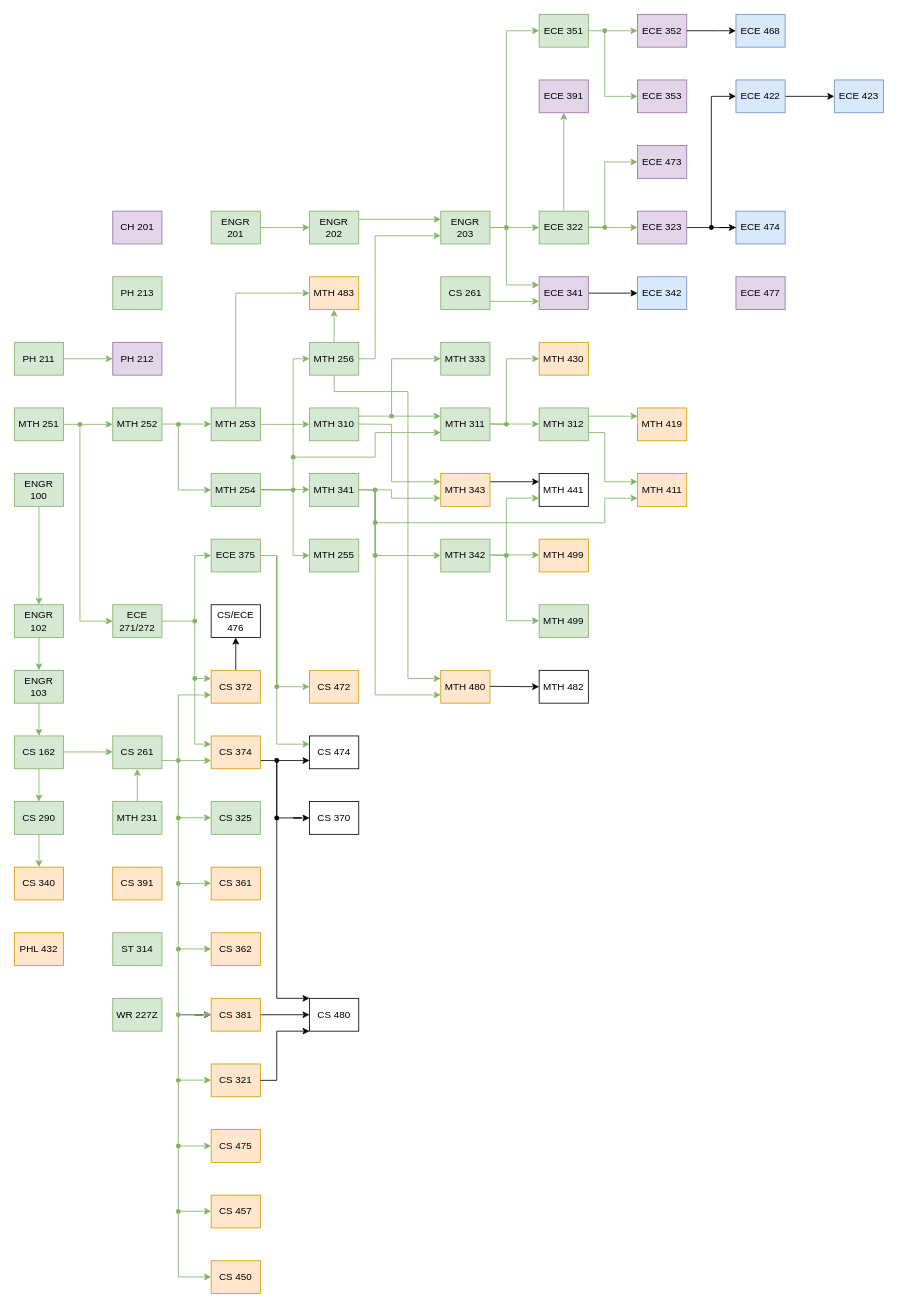
This is Classes.drawio from Jonas-Carew/Class-Flowchart, a draw.io file, before an edit. Source tidied: cells renumbered, new cells numbered last; positions are measured from the earlier drawing's top-left corner, leaving out a move shared by most shapes. Both pictures are drawn from the tidied source at 82%, with x=0, y=0 at pixel (14, 14).
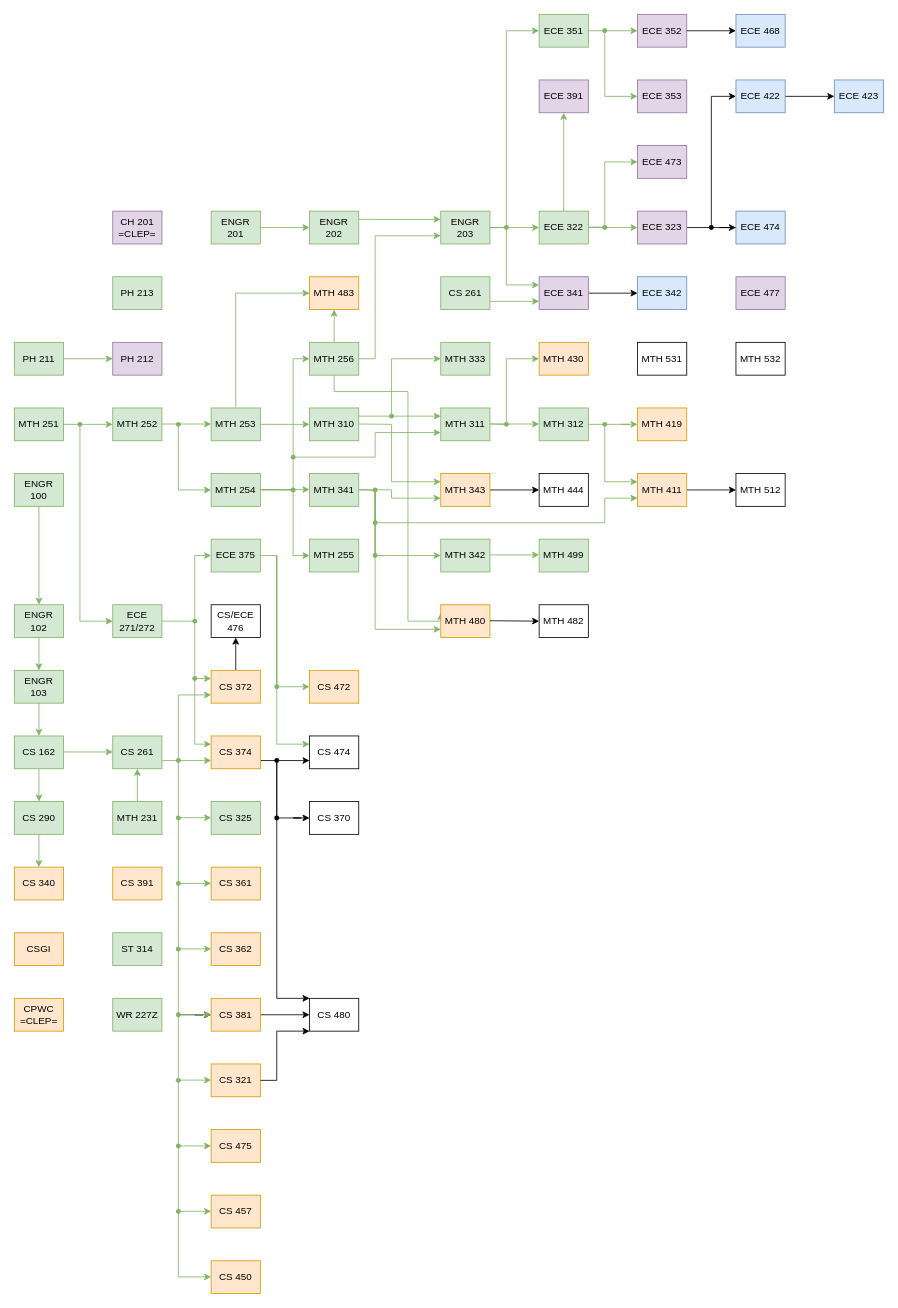
The same page after the edit.

Commit message:
Expanded Math Curriculum

The change refers to these unchanged cells:
```xml
<mxCell id="17" value="&lt;div&gt;MTH 312&lt;/div&gt;" style="rounded=0;whiteSpace=wrap;html=1;fillColor=#D5E8D4;strokeColor=#82B366;" parent="1" vertex="1">
  <mxGeometry x="640" y="480" width="60" height="40" as="geometry" />
</mxCell>
<mxCell id="73" value="&lt;div&gt;MTH 411&lt;br&gt;&lt;/div&gt;" style="rounded=0;whiteSpace=wrap;html=1;fillColor=#FFE6CC;strokeColor=#D79B00;" parent="1" vertex="1">
  <mxGeometry x="760" y="560" width="60" height="40" as="geometry" />
</mxCell>
<mxCell id="77" value="MTH 256" style="rounded=0;whiteSpace=wrap;html=1;fillColor=#d5e8d4;strokeColor=#82b366;" parent="1" vertex="1">
  <mxGeometry x="360" y="400" width="60" height="40" as="geometry" />
</mxCell>
<mxCell id="134" style="shape=waypoint;sketch=0;fillStyle=solid;size=6;points=[];fillColor=#d5e8d4;perimeter=centerPerimeter;snapToPoint=1;strokeColor=#82b366;" parent="1" vertex="1">
  <mxGeometry x="430" y="610" width="20" height="20" as="geometry" />
</mxCell>
<mxCell id="167" value="&lt;div&gt;MTH 343&lt;/div&gt;" style="rounded=0;whiteSpace=wrap;html=1;fillColor=#ffe6cc;strokeColor=#d79b00;" parent="1" vertex="1">
  <mxGeometry x="520" y="560" width="60" height="40" as="geometry" />
</mxCell>
<mxCell id="178" value="&lt;div&gt;MTH 419&lt;/div&gt;" style="rounded=0;whiteSpace=wrap;html=1;fillColor=#ffe6cc;strokeColor=#d79b00;" parent="1" vertex="1">
  <mxGeometry x="760" y="480" width="60" height="40" as="geometry" />
</mxCell>
```

Diff of the diagram source:
```diff
@@
-    <mxCell id="15" style="edgeStyle=orthogonalEdgeStyle;rounded=0;jettySize=auto;html=1;strokeColor=#82B366;" parent="1" edge="1" source="17" target="73">
+    <mxCell id="15" style="edgeStyle=orthogonalEdgeStyle;rounded=0;jettySize=auto;html=1;strokeColor=#82B366;exitX=1;exitY=0.5;exitDx=0;exitDy=0;" parent="1" edge="1" source="17" target="73">
       <mxGeometry relative="1" as="geometry">
         <Array as="points">
-          <mxPoint x="720" y="510" />
+          <mxPoint x="720" y="500" />
           <mxPoint x="720" y="570" />
         </Array>
       </mxGeometry>
     </mxCell>
-    <mxCell id="16" style="edgeStyle=orthogonalEdgeStyle;rounded=0;jettySize=auto;html=1;exitX=1;exitY=0.25;exitDx=0;exitDy=0;entryX=0;entryY=0.25;entryDx=0;entryDy=0;fillColor=#d5e8d4;strokeColor=#82b366;" parent="1" edge="1" source="17" target="178">
+    <mxCell id="16" style="edgeStyle=orthogonalEdgeStyle;rounded=0;jettySize=auto;html=1;entryX=0;entryY=0.5;entryDx=0;entryDy=0;fillColor=#d5e8d4;strokeColor=#82b366;" parent="1" edge="1" source="180" target="178">
       <mxGeometry relative="1" as="geometry" />
     </mxCell>
@@
+    <mxCell id="179" style="edgeStyle=orthogonalEdgeStyle;rounded=0;jettySize=auto;html=1;" parent="1" edge="1" source="73" target="181">
+      <mxGeometry relative="1" as="geometry" />
+    </mxCell>
@@
     <mxCell id="75" style="edgeStyle=orthogonalEdgeStyle;rounded=0;jettySize=auto;html=1;entryX=0;entryY=0.25;entryDx=0;entryDy=0;fillColor=#d5e8d4;strokeColor=#82b366;" parent="1" edge="1" source="77" target="83">
       <mxGeometry relative="1" as="geometry">
         <Array as="points">
           <mxPoint x="390" y="460" />
           <mxPoint x="480" y="460" />
-          <mxPoint x="480" y="810" />
+          <mxPoint x="480" y="740" />
+          <mxPoint x="520" y="740" />
         </Array>
       </mxGeometry>
     </mxCell>
@@
     <mxCell id="83" value="MTH 480" style="rounded=0;whiteSpace=wrap;html=1;fillColor=#ffe6cc;strokeColor=#d79b00;" parent="1" vertex="1">
-      <mxGeometry x="520" y="800" width="60" height="40" as="geometry" />
+      <mxGeometry x="520" y="720" width="60" height="40" as="geometry" />
     </mxCell>
     <mxCell id="84" style="endArrow=classic;html=1;rounded=0;exitDx=0;exitDy=0;entryX=0;entryY=0.75;entryDx=0;entryDy=0;fillColor=#d5e8d4;strokeColor=#82b366;" parent="1" edge="1" source="134" target="83">
       <mxGeometry relative="1" as="geometry">
         <Array as="points">
           <mxPoint x="440" y="580.5" />
-          <mxPoint x="440" y="830" />
+          <mxPoint x="440" y="750" />
         </Array>
       </mxGeometry>
     </mxCell>
@@
-    <mxCell id="92" value="CH 201" style="rounded=0;whiteSpace=wrap;html=1;fillColor=#e1d5e7;strokeColor=#9673a6;" parent="1" vertex="1">
+    <mxCell id="92" value="&lt;div&gt;CH 201&lt;/div&gt;=CLEP=" style="rounded=0;whiteSpace=wrap;html=1;fillColor=#e1d5e7;strokeColor=#9673a6;" parent="1" vertex="1">
       <mxGeometry x="120" y="240" width="60" height="40" as="geometry" />
     </mxCell>
@@
-    <mxCell id="112" value="PHL 432" style="rounded=0;whiteSpace=wrap;html=1;fillColor=#ffe6cc;strokeColor=#d79b00;" parent="1" vertex="1">
+    <mxCell id="112" value="CSGI" style="rounded=0;whiteSpace=wrap;html=1;fillColor=#ffe6cc;strokeColor=#d79b00;" parent="1" vertex="1">
       <mxGeometry y="1120" width="60" height="40" as="geometry" />
     </mxCell>
@@
-    <mxCell id="166" style="edgeStyle=orthogonalEdgeStyle;rounded=0;jettySize=auto;html=1;exitX=1;exitY=0.25;exitDx=0;exitDy=0;entryX=0;entryY=0.25;entryDx=0;entryDy=0;" parent="1" edge="1" source="167" target="173">
+    <mxCell id="166" style="edgeStyle=orthogonalEdgeStyle;rounded=0;jettySize=auto;html=1;exitX=1;exitY=0.5;exitDx=0;exitDy=0;entryX=0;entryY=0.5;entryDx=0;entryDy=0;" parent="1" edge="1" source="167" target="173">
       <mxGeometry relative="1" as="geometry" />
     </mxCell>
@@
-    <mxCell id="168" value="MTH 499" style="rounded=0;whiteSpace=wrap;html=1;fillColor=#ffe6cc;strokeColor=#D79B00;" parent="1" vertex="1">
+    <mxCell id="168" value="MTH 499" style="rounded=0;whiteSpace=wrap;html=1;fillColor=#d5e8d4;strokeColor=#82b366;" parent="1" vertex="1">
       <mxGeometry x="640" y="640" width="60" height="40" as="geometry" />
     </mxCell>
@@
     <mxCell id="170" value="&lt;div&gt;MTH 482&lt;/div&gt;" style="rounded=0;whiteSpace=wrap;html=1;" parent="1" vertex="1">
-      <mxGeometry x="640" y="800" width="60" height="40" as="geometry" />
+      <mxGeometry x="640" y="720" width="60" height="40" as="geometry" />
     </mxCell>
     <mxCell id="171" style="edgeStyle=orthogonalEdgeStyle;rounded=0;jettySize=auto;html=1;entryX=0;entryY=0.5;entryDx=0;entryDy=0;" parent="1" edge="1" target="170">
       <mxGeometry relative="1" as="geometry">
-        <mxPoint x="580" y="819.5" as="sourcePoint" />
+        <mxPoint x="580" y="739.5" as="sourcePoint" />
       </mxGeometry>
     </mxCell>
@@
-    <mxCell id="173" value="&lt;div&gt;MTH 441&lt;br&gt;&lt;/div&gt;" style="rounded=0;whiteSpace=wrap;html=1;" parent="1" vertex="1">
+    <mxCell id="173" value="&lt;div&gt;MTH 444&lt;/div&gt;" style="rounded=0;whiteSpace=wrap;html=1;" parent="1" vertex="1">
       <mxGeometry x="640" y="560" width="60" height="40" as="geometry" />
     </mxCell>
-    <mxCell id="174" style="endArrow=classic;html=1;rounded=0;exitX=1;exitY=0.5;exitDx=0;exitDy=0;fillColor=#d5e8d4;strokeColor=#82b366;entryX=0;entryY=0.75;entryDx=0;entryDy=0;" parent="1" edge="1" target="173">
-      <mxGeometry relative="1" as="geometry">
-        <mxPoint x="580" y="659.5" as="sourcePoint" />
-        <Array as="points">
-          <mxPoint x="600" y="660" />
-          <mxPoint x="600" y="590" />
-        </Array>
-      </mxGeometry>
-    </mxCell>
-    <mxCell id="175" style="shape=waypoint;sketch=0;fillStyle=solid;size=6;points=[];fillColor=#97D077;perimeter=centerPerimeter;snapToPoint=1;strokeColor=#82B366;" parent="1" vertex="1">
-      <mxGeometry x="590" y="650" width="20" height="20" as="geometry" />
-    </mxCell>
-    <mxCell id="176" value="MTH 499" style="rounded=0;whiteSpace=wrap;html=1;fillColor=#d5e8d4;strokeColor=#82b366;" parent="1" vertex="1">
-      <mxGeometry x="640" y="720" width="60" height="40" as="geometry" />
-    </mxCell>
-    <mxCell id="177" style="edgeStyle=orthogonalEdgeStyle;rounded=0;jettySize=auto;html=1;fillColor=#d5e8d4;strokeColor=#82b366;exitX=0.35;exitY=0.4;exitDx=0;exitDy=0;exitPerimeter=0;" parent="1" edge="1" source="175">
-      <mxGeometry relative="1" as="geometry">
-        <mxPoint x="640" y="739.5" as="targetPoint" />
-        <Array as="points">
-          <mxPoint x="600" y="740" />
-        </Array>
-      </mxGeometry>
-    </mxCell>
@@
+    <mxCell id="180" style="shape=waypoint;sketch=0;fillStyle=solid;size=6;points=[];fillColor=#97D077;perimeter=centerPerimeter;snapToPoint=1;strokeColor=#82B366;" parent="1" vertex="1">
+      <mxGeometry x="710" y="490" width="20" height="20" as="geometry" />
+    </mxCell>
+    <mxCell id="181" value="&lt;div&gt;MTH 512&lt;br&gt;&lt;/div&gt;" style="rounded=0;whiteSpace=wrap;html=1;" parent="1" vertex="1">
+      <mxGeometry x="880" y="560" width="60" height="40" as="geometry" />
+    </mxCell>
+    <mxCell id="182" value="&lt;div&gt;CPWC&lt;/div&gt;=CLEP=" style="rounded=0;whiteSpace=wrap;html=1;fillColor=#ffe6cc;strokeColor=#d79b00;" parent="1" vertex="1">
+      <mxGeometry y="1200" width="60" height="40" as="geometry" />
+    </mxCell>
+    <mxCell id="183" value="&lt;div&gt;MTH 531&lt;br&gt;&lt;/div&gt;" style="rounded=0;whiteSpace=wrap;html=1;" parent="1" vertex="1">
+      <mxGeometry x="760" y="400" width="60" height="40" as="geometry" />
+    </mxCell>
+    <mxCell id="184" value="&lt;div&gt;MTH 532&lt;br&gt;&lt;/div&gt;" style="rounded=0;whiteSpace=wrap;html=1;" parent="1" vertex="1">
+      <mxGeometry x="880" y="400" width="60" height="40" as="geometry" />
+    </mxCell>
```
